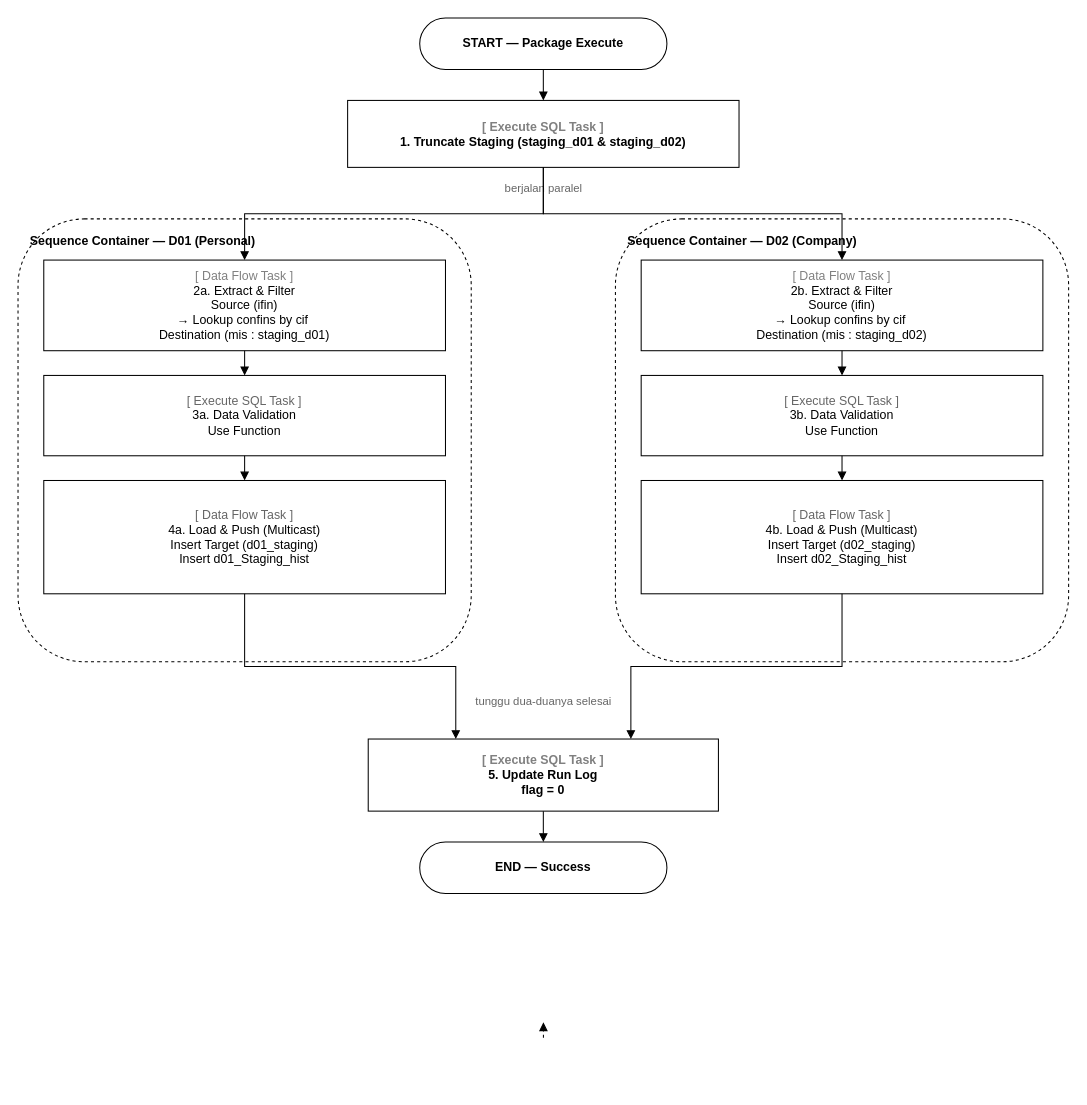
The draw.io diagram diagrams/slik-process-flow.drawio in mcellina/flow_process_1, before the edit. Source tidied: cells renumbered, new cells numbered last; positions are measured from the earlier drawing's top-left corner, leaving out a move shared by most shapes. Both pictures are drawn from the tidied source at 103%, with x=0, y=0 at pixel (18, 18).
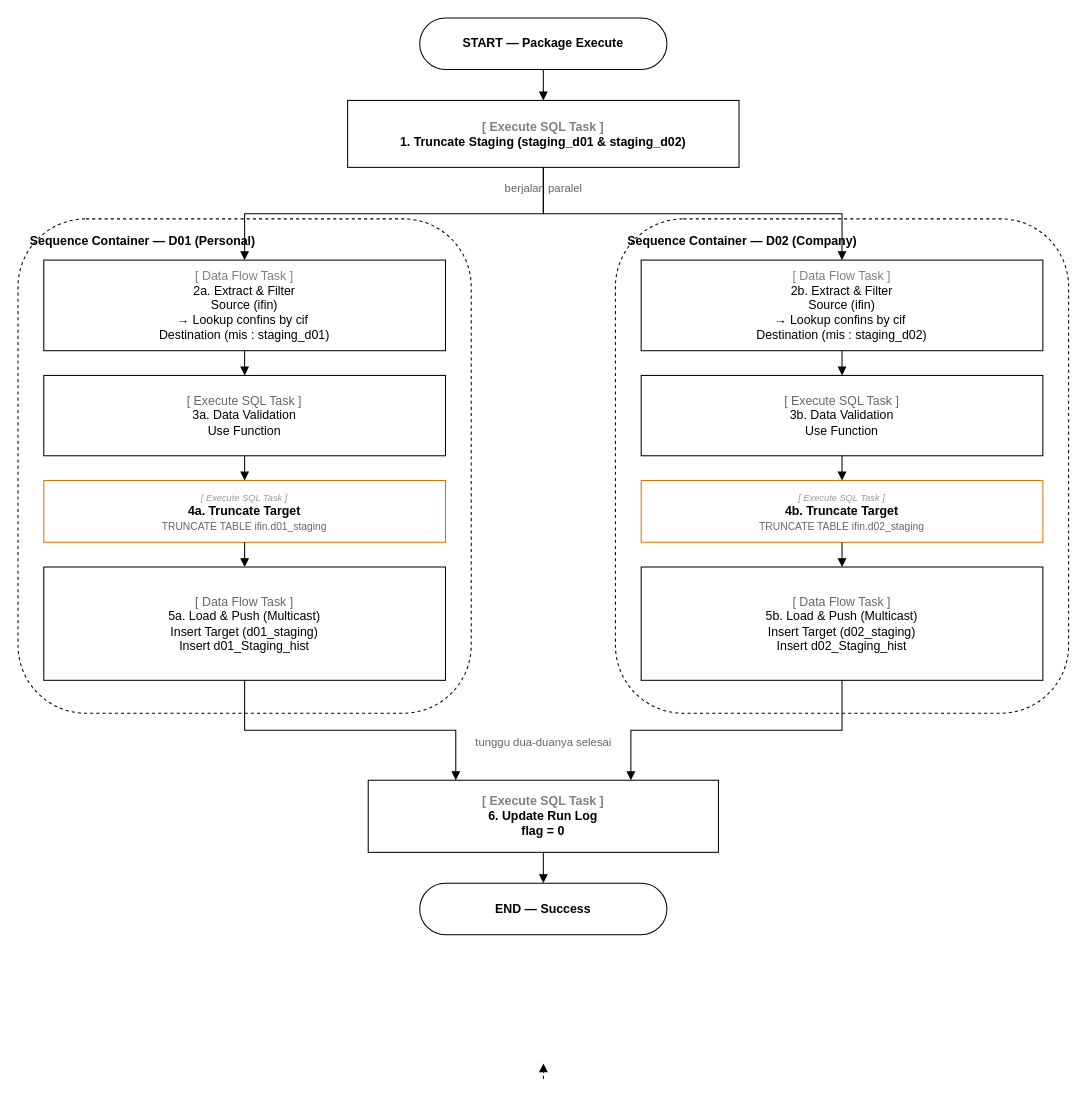
After the change.

Commit message (it also covers changes not shown here):
Add Truncate Target step before Load & Push in process flow

TRUNCATE TABLE ifin.d01_staging / d02_staging runs before the destination
insert in each branch, per instruction. Load & Push renumbered 4a/4b -> 5a/5b,
Update Run Log renumbered 5 -> 6. Built on top of the latest drawio content
(fetched from origin) so none of the prior wording/formatting edits were
overwritten.

Unchanged cells that the change refers to:
```xml
<mxCell id="7" value="&lt;span style=&quot;color: rgb(102, 102, 102);&quot;&gt;[ Execute SQL Task ]&lt;/span&gt;&lt;br&gt;3a. Data Validation&lt;br&gt;Use Function" style="rounded=0;whiteSpace=wrap;html=1;align=center;verticalAlign=middle;spacing=4;" parent="1" vertex="1">
  <mxGeometry x="25" y="347" width="390" height="78" as="geometry" />
</mxCell>
<mxCell id="11" value="&lt;span style=&quot;color: rgb(102, 102, 102);&quot;&gt;[ Execute SQL Task ]&lt;/span&gt;&lt;br&gt;3b. Data Validation&lt;br&gt;Use Function" style="rounded=0;whiteSpace=wrap;html=1;align=center;verticalAlign=middle;spacing=4;" parent="1" vertex="1">
  <mxGeometry x="605" y="347" width="390" height="78" as="geometry" />
</mxCell>
```

Change to the diagram source:
```diff
@@
     <mxCell id="5" value="Sequence Container — D01 (Personal)" style="rounded=1;dashed=1;whiteSpace=wrap;html=1;verticalAlign=top;align=left;spacingLeft=10;spacingTop=8;fontStyle=1;fontSize=12;" parent="1" vertex="1">
-      <mxGeometry y="195" width="440" height="430" as="geometry" />
+      <mxGeometry y="195" width="440" height="480" as="geometry" />
     </mxCell>
@@
+    <mxCell id="27" value="&lt;font style='font-size:9px;color:#999999'&gt;&lt;i&gt;[ Execute SQL Task ]&lt;/i&gt;&lt;/font&gt;&lt;br&gt;&lt;b&gt;4a. Truncate Target&lt;/b&gt;&lt;br&gt;&lt;font style='font-size:10px;color:#666666'&gt;TRUNCATE TABLE ifin.d01_staging&lt;/font&gt;" style="rounded=0;whiteSpace=wrap;html=1;align=center;verticalAlign=middle;spacing=4;strokeColor=#D97706;" parent="1" vertex="1">
+      <mxGeometry x="25" y="449" width="390" height="60" as="geometry" />
+    </mxCell>
-    <mxCell id="8" value="&lt;span style=&quot;color: rgb(102, 102, 102);&quot;&gt;[ Data Flow Task ]&lt;/span&gt;&lt;br&gt;4a. Load &amp;amp; Push (Multicast)&lt;br&gt;Insert Target (d01_staging)&lt;br&gt;Insert d01_Staging_hist" style="rounded=0;whiteSpace=wrap;html=1;align=center;verticalAlign=middle;spacing=4;" parent="1" vertex="1">
-      <mxGeometry x="25" y="449" width="390" height="110" as="geometry" />
+    <mxCell id="8" value="&lt;span style=&quot;color: rgb(102, 102, 102);&quot;&gt;[ Data Flow Task ]&lt;/span&gt;&lt;br&gt;5a. Load &amp;amp; Push (Multicast)&lt;br&gt;Insert Target (d01_staging)&lt;br&gt;Insert d01_Staging_hist" style="rounded=0;whiteSpace=wrap;html=1;align=center;verticalAlign=middle;spacing=4;" parent="1" vertex="1">
+      <mxGeometry x="25" y="533" width="390" height="110" as="geometry" />
     </mxCell>
     <mxCell id="9" value="Sequence Container — D02 (Company)" style="rounded=1;dashed=1;whiteSpace=wrap;html=1;verticalAlign=top;align=left;spacingLeft=10;spacingTop=8;fontStyle=1;fontSize=12;" parent="1" vertex="1">
-      <mxGeometry x="580" y="195" width="440" height="430" as="geometry" />
+      <mxGeometry x="580" y="195" width="440" height="480" as="geometry" />
     </mxCell>
@@
+    <mxCell id="28" value="&lt;font style='font-size:9px;color:#999999'&gt;&lt;i&gt;[ Execute SQL Task ]&lt;/i&gt;&lt;/font&gt;&lt;br&gt;&lt;b&gt;4b. Truncate Target&lt;/b&gt;&lt;br&gt;&lt;font style='font-size:10px;color:#666666'&gt;TRUNCATE TABLE ifin.d02_staging&lt;/font&gt;" style="rounded=0;whiteSpace=wrap;html=1;align=center;verticalAlign=middle;spacing=4;strokeColor=#D97706;" parent="1" vertex="1">
+      <mxGeometry x="605" y="449" width="390" height="60" as="geometry" />
+    </mxCell>
-    <mxCell id="12" value="&lt;span style=&quot;color: rgb(102, 102, 102);&quot;&gt;[ Data Flow Task ]&lt;/span&gt;&lt;br&gt;4b. Load &amp;amp; Push (Multicast)&lt;br&gt;Insert Target (d02_staging)&lt;div&gt;Insert d02_Staging_hist&lt;/div&gt;" style="rounded=0;whiteSpace=wrap;html=1;align=center;verticalAlign=middle;spacing=4;" parent="1" vertex="1">
-      <mxGeometry x="605" y="449" width="390" height="110" as="geometry" />
+    <mxCell id="12" value="&lt;span style=&quot;color: rgb(102, 102, 102);&quot;&gt;[ Data Flow Task ]&lt;/span&gt;&lt;br&gt;5b. Load &amp;amp; Push (Multicast)&lt;br&gt;Insert Target (d02_staging)&lt;div&gt;Insert d02_Staging_hist&lt;/div&gt;" style="rounded=0;whiteSpace=wrap;html=1;align=center;verticalAlign=middle;spacing=4;" parent="1" vertex="1">
+      <mxGeometry x="605" y="533" width="390" height="110" as="geometry" />
     </mxCell>
     <mxCell id="13" value="tunggu dua-duanya selesai" style="text;html=1;align=center;fontSize=11;fontColor=#666666;" parent="1" vertex="1">
-      <mxGeometry x="440" y="650" width="140" height="20" as="geometry" />
+      <mxGeometry x="440" y="690" width="140" height="20" as="geometry" />
     </mxCell>
-    <mxCell id="14" value="&lt;span style=&quot;color: rgb(128, 128, 128);&quot;&gt;[ Execute SQL Task ]&lt;/span&gt;&lt;br&gt;5. Update Run Log&lt;br&gt;flag = 0" style="rounded=0;whiteSpace=wrap;html=1;align=center;verticalAlign=middle;fontStyle=1;spacing=4;" parent="1" vertex="1">
-      <mxGeometry x="340" y="700" width="340" height="70" as="geometry" />
+    <mxCell id="14" value="&lt;span style=&quot;color: rgb(128, 128, 128);&quot;&gt;[ Execute SQL Task ]&lt;/span&gt;&lt;br&gt;6. Update Run Log&lt;br&gt;flag = 0" style="rounded=0;whiteSpace=wrap;html=1;align=center;verticalAlign=middle;fontStyle=1;spacing=4;" parent="1" vertex="1">
+      <mxGeometry x="340" y="740" width="340" height="70" as="geometry" />
     </mxCell>
     <mxCell id="15" value="END — Success" style="rounded=1;arcSize=50;whiteSpace=wrap;html=1;fontStyle=1;" parent="1" vertex="1">
-      <mxGeometry x="390" y="800" width="240" height="50" as="geometry" />
+      <mxGeometry x="390" y="840" width="240" height="50" as="geometry" />
     </mxCell>
@@
-    <mxCell id="20" style="edgeStyle=orthogonalEdgeStyle;html=1;endArrow=block;rounded=0;" parent="1" edge="1" source="7" target="8">
-      <mxGeometry relative="1" as="geometry" />
-    </mxCell>
+    <mxCell id="29" style="edgeStyle=orthogonalEdgeStyle;html=1;endArrow=block;rounded=0;" parent="1" edge="1" source="7" target="27">
+      <mxGeometry relative="1" as="geometry" />
+    </mxCell>
+    <mxCell id="30" style="edgeStyle=orthogonalEdgeStyle;html=1;endArrow=block;rounded=0;" parent="1" edge="1" source="27" target="8">
+      <mxGeometry relative="1" as="geometry" />
+    </mxCell>
@@
-    <mxCell id="22" style="edgeStyle=orthogonalEdgeStyle;html=1;endArrow=block;rounded=0;" parent="1" edge="1" source="11" target="12">
-      <mxGeometry relative="1" as="geometry" />
-    </mxCell>
+    <mxCell id="31" style="edgeStyle=orthogonalEdgeStyle;html=1;endArrow=block;rounded=0;" parent="1" edge="1" source="11" target="28">
+      <mxGeometry relative="1" as="geometry" />
+    </mxCell>
+    <mxCell id="32" style="edgeStyle=orthogonalEdgeStyle;html=1;endArrow=block;rounded=0;" parent="1" edge="1" source="28" target="12">
+      <mxGeometry relative="1" as="geometry" />
+    </mxCell>
@@
     <mxCell id="26" style="edgeStyle=orthogonalEdgeStyle;html=1;endArrow=block;rounded=0;dashed=1;" parent="1" edge="1">
       <mxGeometry relative="1" as="geometry">
-        <mxPoint x="510.1" y="990" as="sourcePoint" />
-        <mxPoint x="510.1" y="975" as="targetPoint" />
+        <mxPoint x="510.1" y="1030" as="sourcePoint" />
+        <mxPoint x="510.1" y="1015" as="targetPoint" />
       </mxGeometry>
     </mxCell>
```
